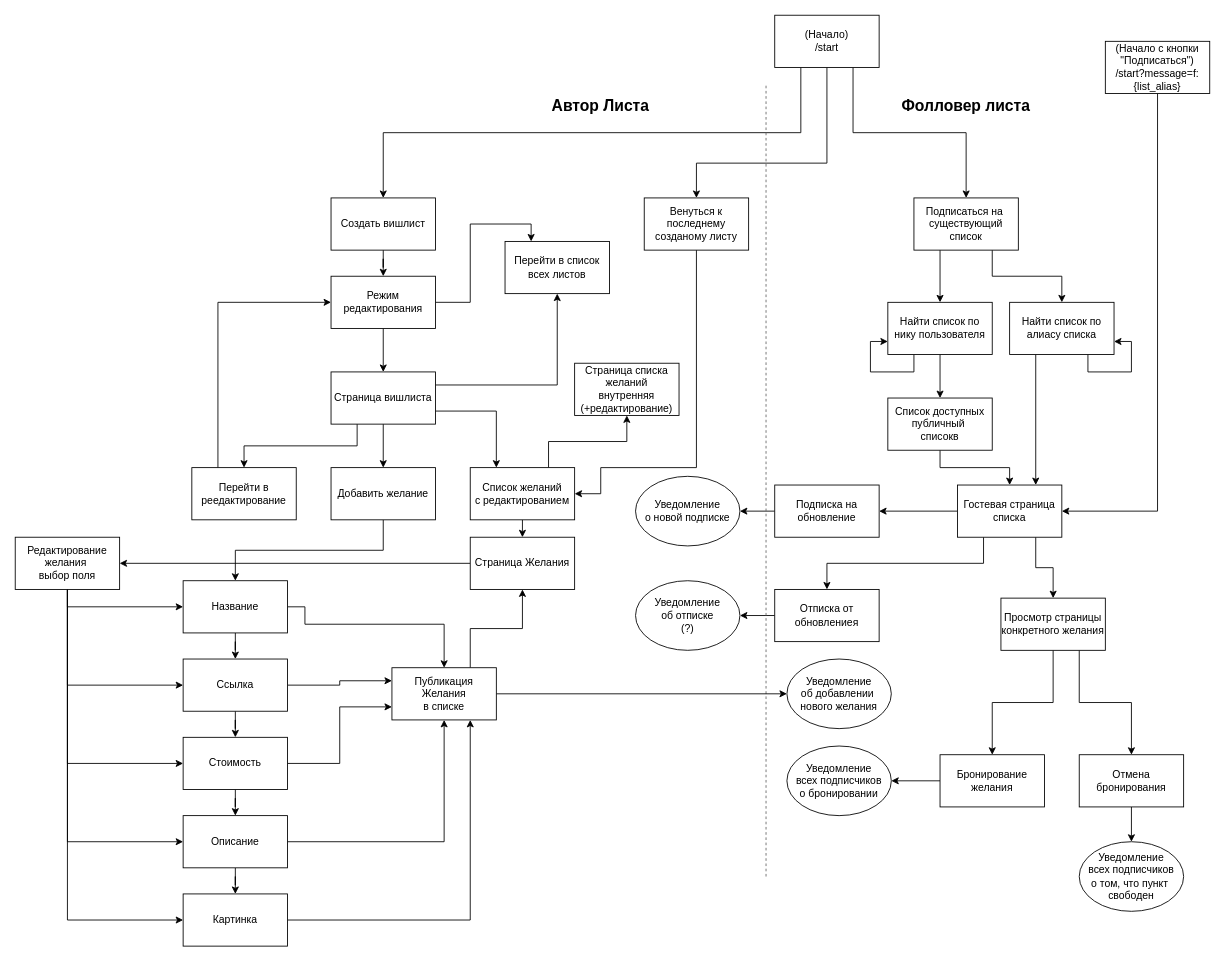
Before: docs/UserJorneyMap.drawio in vetermanve/wishlist_bot, a draw.io diagram. Source tidied: cells renumbered, new cells numbered last; positions are measured from the earlier drawing's top-left corner, leaving out a move shared by most shapes. Both pictures are drawn from the tidied source at 87%, with x=0, y=0 at pixel (15, 15).
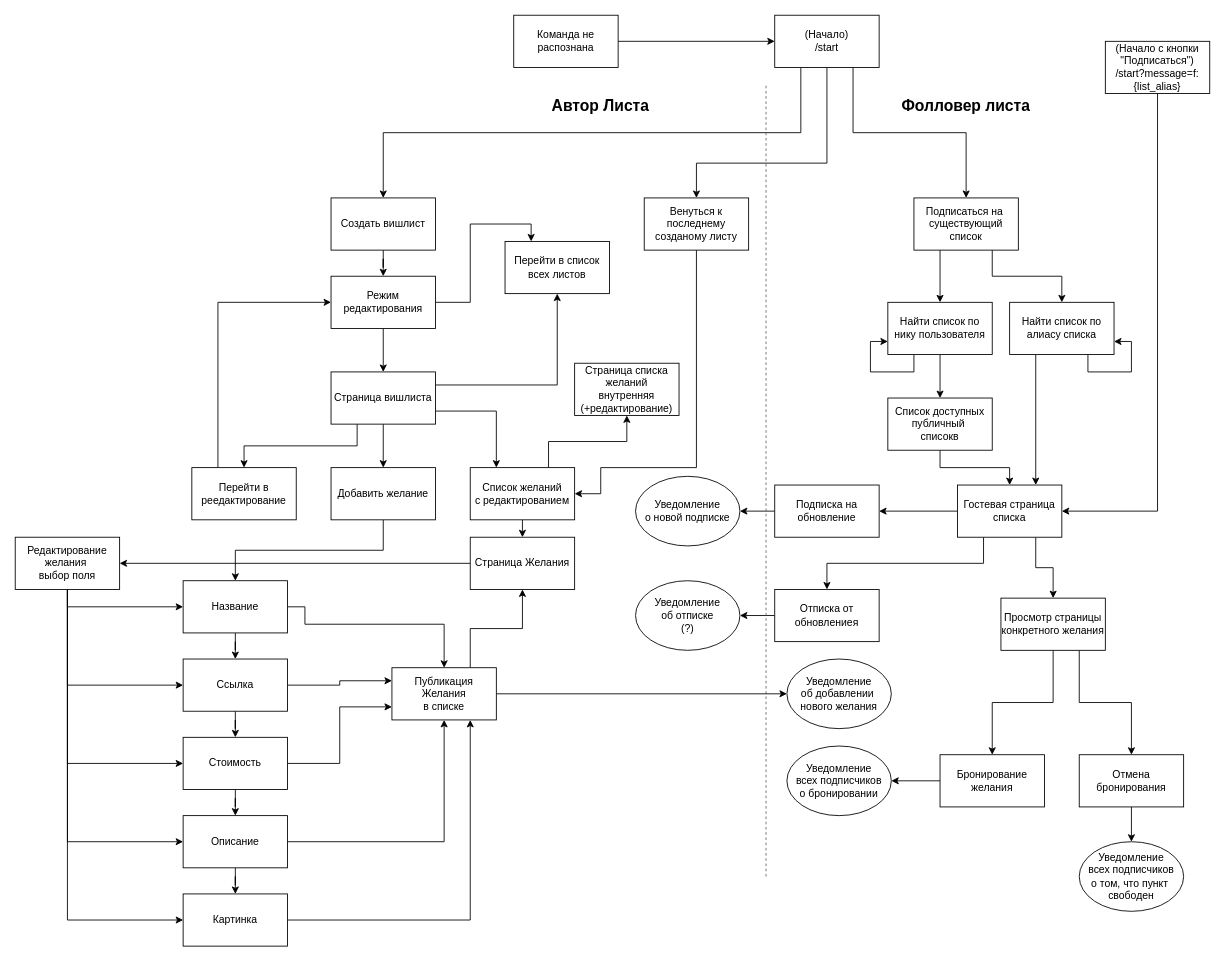
The same diagram, later.

Commit message (it also covers changes not shown here):
- Update user journey scheme - Update env templatee

Unchanged cells that the change refers to:
```xml
<mxCell id="5" value="(Начало)&lt;br&gt;/start" style="rounded=0;whiteSpace=wrap;html=1;" parent="1" vertex="1">
  <mxGeometry x="873" width="120" height="60" as="geometry" />
</mxCell>
```

What changed in the source:
```diff
@@
+    <mxCell id="88" style="edgeStyle=orthogonalEdgeStyle;rounded=0;jettySize=auto;html=1;exitX=1;exitY=0.5;exitDx=0;exitDy=0;fontSize=12;" parent="1" edge="1" source="89" target="5">
+      <mxGeometry relative="1" as="geometry" />
+    </mxCell>
+    <mxCell id="89" value="Команда не распознана" style="rounded=0;whiteSpace=wrap;html=1;" parent="1" vertex="1">
+      <mxGeometry x="573" width="120" height="60" as="geometry" />
+    </mxCell>
```
